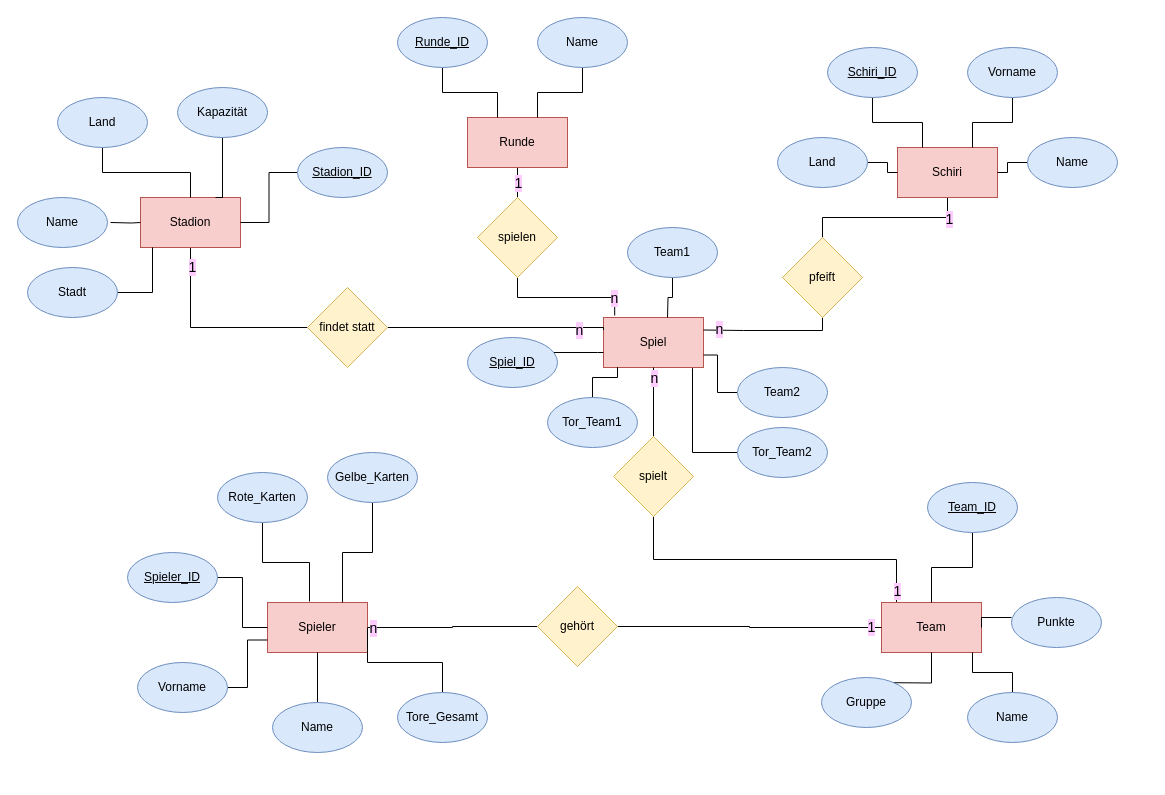
Before: db/Dokumente/ERM.drawio in BabaHandballWeltMeisterschaft/WMApp, a draw.io diagram. Source tidied: cells renumbered, new cells numbered last; positions are measured from the earlier drawing's top-left corner, leaving out a move shared by most shapes. Both pictures are drawn from the tidied source at 100%, with x=0, y=0 at pixel (17, 17).
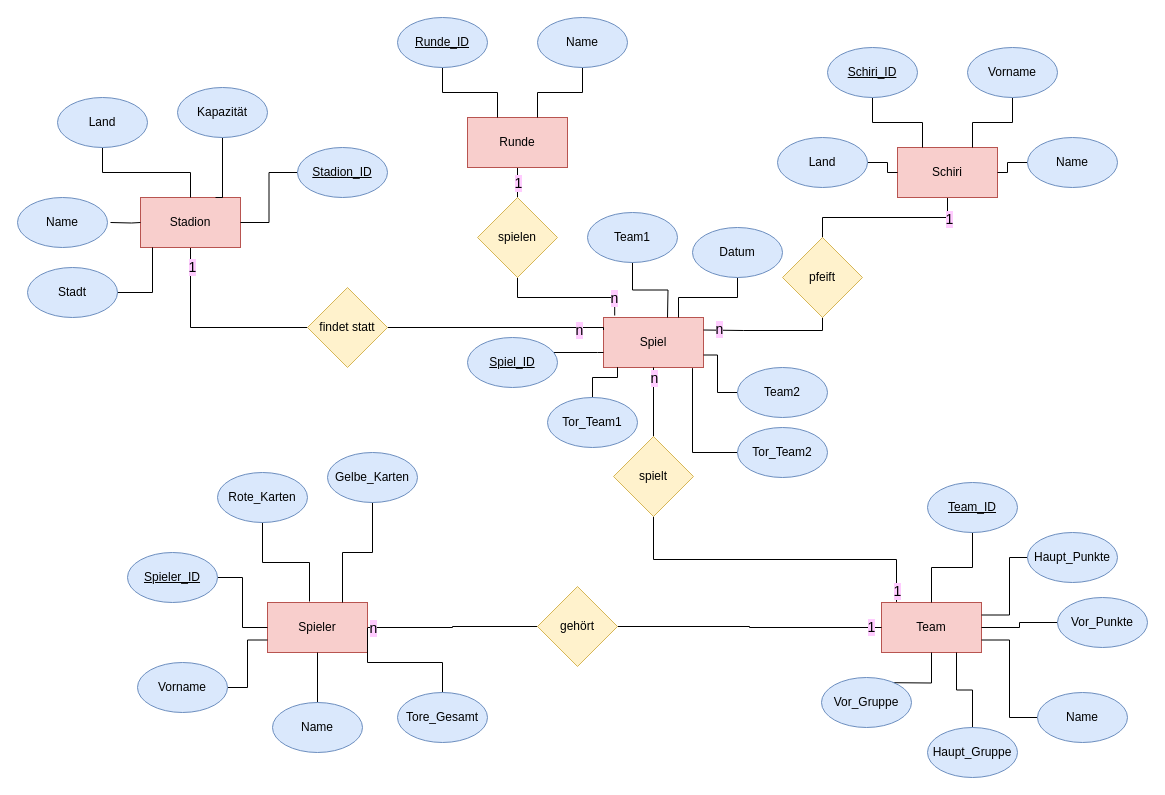
The same diagram, later.

Unchanged cells that the change refers to:
```xml
<mxCell id="11" value="Spiel" style="rounded=0;whiteSpace=wrap;html=1;fillColor=#f8cecc;strokeColor=#b85450;" parent="1" vertex="1">
  <mxGeometry x="586" y="300" width="100" height="50" as="geometry" />
</mxCell>
<mxCell id="17" value="Team" style="rounded=0;whiteSpace=wrap;html=1;fillColor=#f8cecc;strokeColor=#b85450;" parent="1" vertex="1">
  <mxGeometry x="864" y="585" width="100" height="50" as="geometry" />
</mxCell>
```

The edit, as a diff of the source:
```diff
@@
-    <mxCell id="61" value="Gruppe" style="ellipse;whiteSpace=wrap;html=1;fillColor=#dae8fc;strokeColor=#6c8ebf;" parent="1" vertex="1">
+    <mxCell id="61" value="Vor_Gruppe" style="ellipse;whiteSpace=wrap;html=1;fillColor=#dae8fc;strokeColor=#6c8ebf;" parent="1" vertex="1">
       <mxGeometry x="804" y="660" width="90" height="50" as="geometry" />
     </mxCell>
-    <mxCell id="62" style="edgeStyle=orthogonalEdgeStyle;rounded=0;jettySize=auto;html=1;entryX=0.91;entryY=1;entryDx=0;entryDy=0;entryPerimeter=0;endArrow=none;endFill=0;" parent="1" edge="1" source="63" target="17">
+    <mxCell id="62" style="edgeStyle=orthogonalEdgeStyle;rounded=0;jettySize=auto;html=1;entryX=1;entryY=0.75;entryDx=0;entryDy=0;endArrow=none;endFill=0;" parent="1" edge="1" source="63" target="17">
       <mxGeometry relative="1" as="geometry" />
     </mxCell>
     <mxCell id="63" value="Name" style="ellipse;whiteSpace=wrap;html=1;fillColor=#dae8fc;strokeColor=#6c8ebf;" parent="1" vertex="1">
-      <mxGeometry x="950" y="675" width="90" height="50" as="geometry" />
+      <mxGeometry x="1020" y="675" width="90" height="50" as="geometry" />
     </mxCell>
-    <mxCell id="64" style="edgeStyle=orthogonalEdgeStyle;rounded=0;jettySize=auto;html=1;entryX=1;entryY=0.5;entryDx=0;entryDy=0;endArrow=none;endFill=0;" parent="1" edge="1" target="17">
-      <mxGeometry relative="1" as="geometry">
-        <mxPoint x="994" y="600" as="sourcePoint" />
-      </mxGeometry>
-    </mxCell>
+    <mxCell id="85" style="edgeStyle=orthogonalEdgeStyle;rounded=0;jettySize=auto;html=1;entryX=1;entryY=0.5;entryDx=0;entryDy=0;endArrow=none;endFill=0;" parent="1" edge="1" source="65" target="17">
+      <mxGeometry relative="1" as="geometry" />
+    </mxCell>
-    <mxCell id="65" value="Punkte" style="ellipse;whiteSpace=wrap;html=1;fillColor=#dae8fc;strokeColor=#6c8ebf;" parent="1" vertex="1">
-      <mxGeometry x="994" y="580" width="90" height="50" as="geometry" />
+    <mxCell id="65" value="Vor_Punkte" style="ellipse;whiteSpace=wrap;html=1;fillColor=#dae8fc;strokeColor=#6c8ebf;" parent="1" vertex="1">
+      <mxGeometry x="1040" y="580" width="90" height="50" as="geometry" />
     </mxCell>
@@
     <mxCell id="67" value="Team1" style="ellipse;whiteSpace=wrap;html=1;fillColor=#dae8fc;strokeColor=#6c8ebf;" parent="1" vertex="1">
-      <mxGeometry x="610" y="210" width="90" height="50" as="geometry" />
+      <mxGeometry x="570" y="195" width="90" height="50" as="geometry" />
     </mxCell>
@@
+    <mxCell id="86" style="edgeStyle=orthogonalEdgeStyle;rounded=0;jettySize=auto;html=1;entryX=0.75;entryY=1;entryDx=0;entryDy=0;endArrow=none;endFill=0;" parent="1" edge="1" source="87" target="17">
+      <mxGeometry relative="1" as="geometry" />
+    </mxCell>
+    <mxCell id="87" value="Haupt_Gruppe" style="ellipse;whiteSpace=wrap;html=1;fillColor=#dae8fc;strokeColor=#6c8ebf;" parent="1" vertex="1">
+      <mxGeometry x="910" y="710" width="90" height="50" as="geometry" />
+    </mxCell>
+    <mxCell id="88" style="edgeStyle=orthogonalEdgeStyle;rounded=0;jettySize=auto;html=1;entryX=1;entryY=0.25;entryDx=0;entryDy=0;endArrow=none;endFill=0;exitX=0;exitY=0.5;exitDx=0;exitDy=0;" parent="1" edge="1" source="89" target="17">
+      <mxGeometry relative="1" as="geometry">
+        <Array as="points">
+          <mxPoint x="992" y="540" />
+          <mxPoint x="992" y="598" />
+        </Array>
+      </mxGeometry>
+    </mxCell>
+    <mxCell id="89" value="Haupt_Punkte" style="ellipse;whiteSpace=wrap;html=1;fillColor=#dae8fc;strokeColor=#6c8ebf;" parent="1" vertex="1">
+      <mxGeometry x="1010" y="515" width="90" height="50" as="geometry" />
+    </mxCell>
+    <mxCell id="90" style="edgeStyle=orthogonalEdgeStyle;rounded=0;jettySize=auto;html=1;entryX=0.75;entryY=0;entryDx=0;entryDy=0;endArrow=none;endFill=0;" parent="1" edge="1" source="91" target="11">
+      <mxGeometry relative="1" as="geometry" />
+    </mxCell>
+    <mxCell id="91" value="Datum" style="ellipse;whiteSpace=wrap;html=1;fillColor=#dae8fc;strokeColor=#6c8ebf;" parent="1" vertex="1">
+      <mxGeometry x="675" y="210" width="90" height="50" as="geometry" />
+    </mxCell>
```
